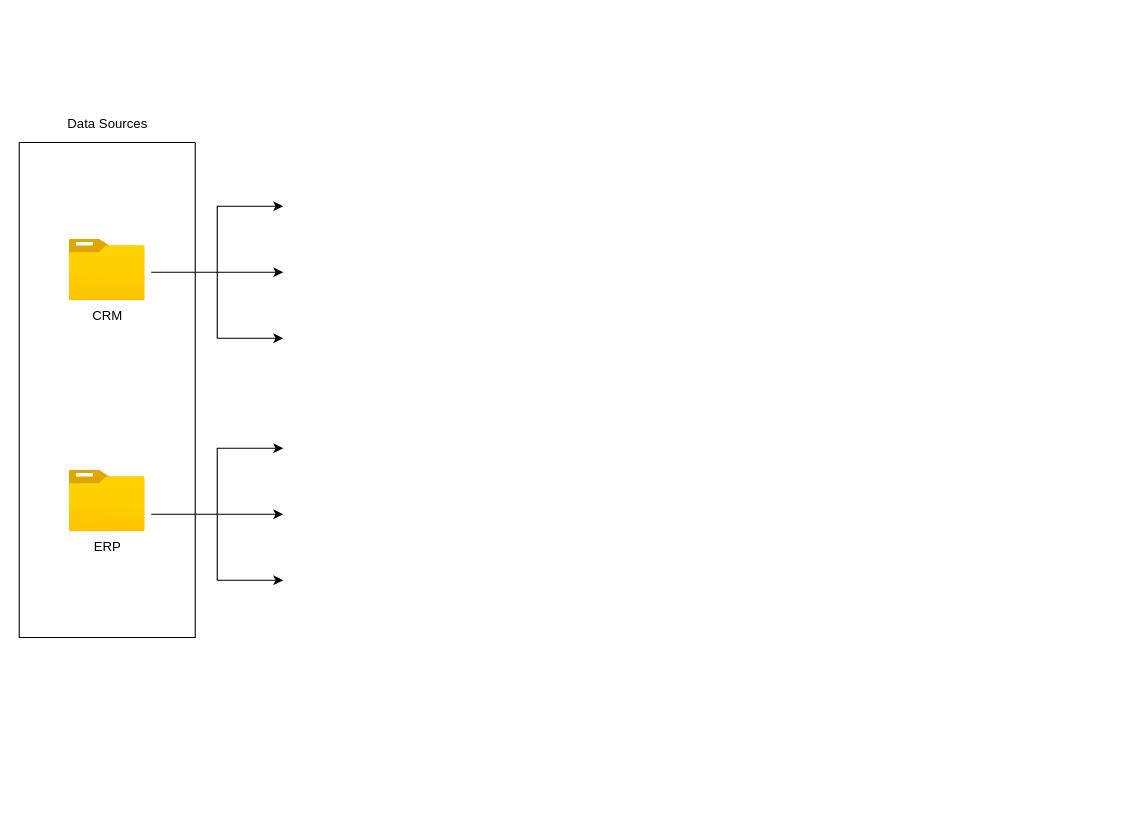
nicholas-133/sql-data-warehouse-project keeps this draw.io diagram as Untitled Diagram.drawio. Above is the earlier version. Source tidied: cells renumbered, new cells numbered last; positions are measured from the earlier drawing's top-left corner, leaving out a move shared by most shapes. Both pictures are drawn from the tidied source at 110%, with x=0, y=0 at pixel (19, 107).
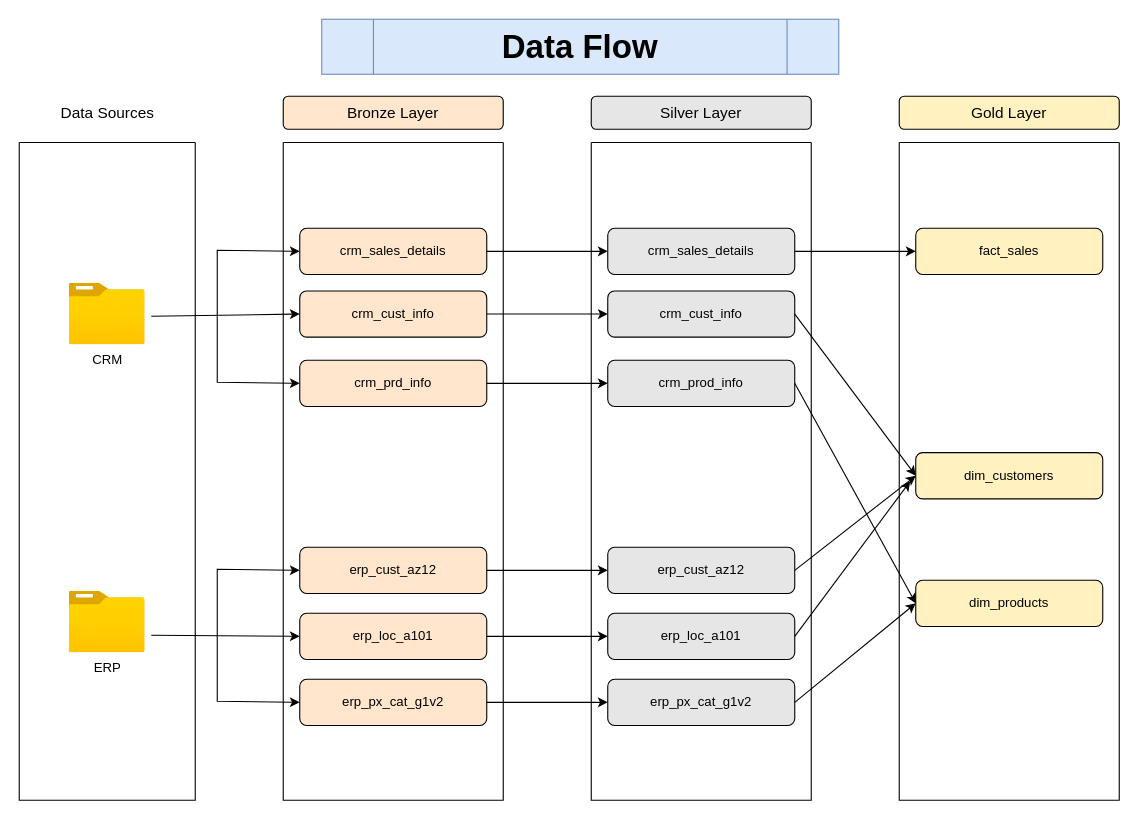
The same page after the edit.

Commit message (it also covers changes not shown here):
data_flow_diagram

Diff of the diagram source:
```diff
@@
     <mxCell id="2" style="swimlane;startSize=0;" parent="1" vertex="1">
-      <mxGeometry y="32" width="160" height="450" as="geometry" />
+      <mxGeometry y="32" width="160" height="598" as="geometry" />
     </mxCell>
     <mxCell id="3" value="ERP" style="image;html=1;align=center;fontSize=12;image=img/lib/azure2/general/Folder_Blank.svg;" parent="2" vertex="1">
-      <mxGeometry x="45.5" y="298" width="69" height="56" as="geometry" />
+      <mxGeometry x="45.5" y="408" width="69" height="56" as="geometry" />
     </mxCell>
-    <mxCell id="4" value="CRM" style="image;html=1;align=center;fontSize=12;image=img/lib/azure2/general/Folder_Blank.svg;" parent="2" vertex="1">
-      <mxGeometry x="45.5" y="88" width="69" height="56" as="geometry" />
-    </mxCell>
-    <mxCell id="5" value="&lt;div&gt;Data Sources&lt;/div&gt;" style="text;html=1;align=center;verticalAlign=middle;strokeColor=none;fillColor=none;" parent="1" vertex="1">
-      <mxGeometry x="30" width="100" height="30" as="geometry" />
-    </mxCell>
-    <mxCell id="6" style="endArrow=classic;html=1;rounded=0;" parent="1" edge="1">
-      <mxGeometry relative="1" as="geometry">
-        <mxPoint x="120" y="150" as="sourcePoint" />
-        <mxPoint x="240" y="150" as="targetPoint" />
-      </mxGeometry>
-    </mxCell>
-    <mxCell id="7" style="endArrow=classic;html=1;rounded=0;" parent="1" edge="1">
+    <mxCell id="7" style="endArrow=classic;html=1;rounded=0;entryX=0;entryY=0.5;entryDx=0;entryDy=0;" parent="2" edge="1" target="27">
       <mxGeometry relative="1" as="geometry">
-        <mxPoint x="120" y="370" as="sourcePoint" />
-        <mxPoint x="240" y="370" as="targetPoint" />
+        <mxPoint x="120" y="448" as="sourcePoint" />
       </mxGeometry>
     </mxCell>
-    <mxCell id="8" style="endArrow=classic;html=1;rounded=0;" parent="1" edge="1">
-      <mxGeometry relative="1" as="geometry">
-        <mxPoint x="180" y="150" as="sourcePoint" />
-        <mxPoint x="240" y="90" as="targetPoint" />
-        <Array as="points">
-          <mxPoint x="180" y="90" />
-        </Array>
-      </mxGeometry>
-    </mxCell>
-    <mxCell id="9" style="endArrow=classic;html=1;rounded=0;" parent="1" edge="1">
+    <mxCell id="9" style="endArrow=classic;html=1;rounded=0;entryX=0;entryY=0.5;entryDx=0;entryDy=0;" parent="2" edge="1" target="26">
       <mxGeometry relative="1" as="geometry">
-        <mxPoint x="180" y="370" as="sourcePoint" />
-        <mxPoint x="240" y="310" as="targetPoint" />
+        <mxPoint x="180" y="448" as="sourcePoint" />
         <Array as="points">
-          <mxPoint x="180" y="310" />
+          <mxPoint x="180" y="388" />
         </Array>
       </mxGeometry>
     </mxCell>
-    <mxCell id="10" style="endArrow=classic;html=1;rounded=0;" parent="1" edge="1">
+    <mxCell id="10" style="endArrow=classic;html=1;rounded=0;entryX=0;entryY=0.5;entryDx=0;entryDy=0;" parent="2" edge="1" target="28">
       <mxGeometry relative="1" as="geometry">
-        <mxPoint x="180" y="370" as="sourcePoint" />
-        <mxPoint x="240" y="430" as="targetPoint" />
+        <mxPoint x="180" y="448" as="sourcePoint" />
         <Array as="points">
-          <mxPoint x="180" y="430" />
+          <mxPoint x="180" y="508" />
         </Array>
       </mxGeometry>
     </mxCell>
+    <mxCell id="4" value="CRM" style="image;html=1;align=center;fontSize=12;image=img/lib/azure2/general/Folder_Blank.svg;" parent="2" vertex="1">
+      <mxGeometry x="45.5" y="128" width="69" height="56" as="geometry" />
+    </mxCell>
+    <mxCell id="6" style="endArrow=classic;html=1;rounded=0;entryX=0;entryY=0.5;entryDx=0;entryDy=0;" parent="2" edge="1" target="24">
+      <mxGeometry relative="1" as="geometry">
+        <mxPoint x="120" y="158" as="sourcePoint" />
+      </mxGeometry>
+    </mxCell>
+    <mxCell id="8" style="endArrow=classic;html=1;rounded=0;entryX=0;entryY=0.5;entryDx=0;entryDy=0;" parent="2" edge="1" target="23">
+      <mxGeometry relative="1" as="geometry">
+        <mxPoint x="180" y="158" as="sourcePoint" />
+        <Array as="points">
+          <mxPoint x="180" y="98" />
+        </Array>
+      </mxGeometry>
+    </mxCell>
-    <mxCell id="11" style="endArrow=classic;html=1;rounded=0;" parent="1" edge="1">
+    <mxCell id="11" style="endArrow=classic;html=1;rounded=0;entryX=0;entryY=0.5;entryDx=0;entryDy=0;" parent="2" edge="1" target="25">
       <mxGeometry relative="1" as="geometry">
-        <mxPoint x="180" y="150" as="sourcePoint" />
-        <mxPoint x="240" y="210" as="targetPoint" />
+        <mxPoint x="180" y="158" as="sourcePoint" />
         <Array as="points">
-          <mxPoint x="180" y="210" />
+          <mxPoint x="180" y="218" />
         </Array>
       </mxGeometry>
     </mxCell>
+    <mxCell id="5" value="&lt;div&gt;&lt;font style=&quot;font-size: 14px;&quot;&gt;Data Sources&lt;/font&gt;&lt;/div&gt;" style="text;html=1;align=center;verticalAlign=middle;strokeColor=none;fillColor=none;" parent="1" vertex="1">
+      <mxGeometry x="25" y="-10" width="110" height="30" as="geometry" />
+    </mxCell>
+    <mxCell id="12" value="&lt;font style=&quot;font-size: 14px;&quot;&gt;Bronze Layer&lt;/font&gt;" style="rounded=1;whiteSpace=wrap;html=1;fillColor=#FFE6CC;" parent="1" vertex="1">
+      <mxGeometry x="240" y="-10" width="200" height="30" as="geometry" />
+    </mxCell>
+    <mxCell id="13" value="&lt;font style=&quot;font-size: 14px;&quot;&gt;Silver Layer&lt;/font&gt;" style="rounded=1;whiteSpace=wrap;html=1;fillColor=#E6E6E6;" parent="1" vertex="1">
+      <mxGeometry x="520" y="-10" width="200" height="30" as="geometry" />
+    </mxCell>
+    <mxCell id="14" value="&lt;font style=&quot;font-size: 14px;&quot;&gt;Gold Layer&lt;/font&gt;" style="rounded=1;whiteSpace=wrap;html=1;fillColor=#FFF2C0;" parent="1" vertex="1">
+      <mxGeometry x="800" y="-10" width="200" height="30" as="geometry" />
+    </mxCell>
+    <mxCell id="15" style="swimlane;startSize=0;" parent="1" vertex="1">
+      <mxGeometry x="520" y="32" width="200" height="598" as="geometry" />
+    </mxCell>
+    <mxCell id="16" value="crm_sales_details" style="rounded=1;whiteSpace=wrap;html=1;fillColor=#E6E6E6;" parent="15" vertex="1">
+      <mxGeometry x="15" y="78" width="170" height="42" as="geometry" />
+    </mxCell>
+    <mxCell id="17" value="crm_cust_info" style="rounded=1;whiteSpace=wrap;html=1;fillColor=#E6E6E6;" parent="15" vertex="1">
+      <mxGeometry x="15" y="135" width="170" height="42" as="geometry" />
+    </mxCell>
+    <mxCell id="18" value="crm_prod_info" style="rounded=1;whiteSpace=wrap;html=1;fillColor=#E6E6E6;" parent="15" vertex="1">
+      <mxGeometry x="15" y="198" width="170" height="42" as="geometry" />
+    </mxCell>
+    <mxCell id="19" value="erp_cust_az12" style="rounded=1;whiteSpace=wrap;html=1;fillColor=#E6E6E6;" parent="15" vertex="1">
+      <mxGeometry x="15" y="368" width="170" height="42" as="geometry" />
+    </mxCell>
+    <mxCell id="20" value="erp_loc_a101" style="rounded=1;whiteSpace=wrap;html=1;fillColor=#E6E6E6;" parent="15" vertex="1">
+      <mxGeometry x="15" y="428" width="170" height="42" as="geometry" />
+    </mxCell>
+    <mxCell id="21" value="erp_px_cat_g1v2" style="rounded=1;whiteSpace=wrap;html=1;fillColor=#E6E6E6;" parent="15" vertex="1">
+      <mxGeometry x="15" y="488" width="170" height="42" as="geometry" />
+    </mxCell>
+    <mxCell id="22" style="swimlane;startSize=0;" parent="1" vertex="1">
+      <mxGeometry x="240" y="32" width="200" height="598" as="geometry" />
+    </mxCell>
+    <mxCell id="23" value="crm_sales_details" style="rounded=1;whiteSpace=wrap;html=1;fillColor=#FFE6CC;" parent="22" vertex="1">
+      <mxGeometry x="15" y="78" width="170" height="42" as="geometry" />
+    </mxCell>
+    <mxCell id="24" value="crm_cust_info" style="rounded=1;whiteSpace=wrap;html=1;fillColor=#FFE6CC;" parent="22" vertex="1">
+      <mxGeometry x="15" y="135" width="170" height="42" as="geometry" />
+    </mxCell>
+    <mxCell id="25" value="crm_prd_info" style="rounded=1;whiteSpace=wrap;html=1;fillColor=#FFE6CC;" parent="22" vertex="1">
+      <mxGeometry x="15" y="198" width="170" height="42" as="geometry" />
+    </mxCell>
+    <mxCell id="26" value="erp_cust_az12" style="rounded=1;whiteSpace=wrap;html=1;fillColor=#FFE6CC;" parent="22" vertex="1">
+      <mxGeometry x="15" y="368" width="170" height="42" as="geometry" />
+    </mxCell>
+    <mxCell id="27" value="erp_loc_a101" style="rounded=1;whiteSpace=wrap;html=1;fillColor=#FFE6CC;" parent="22" vertex="1">
+      <mxGeometry x="15" y="428" width="170" height="42" as="geometry" />
+    </mxCell>
+    <mxCell id="28" value="erp_px_cat_g1v2" style="rounded=1;whiteSpace=wrap;html=1;fillColor=#FFE6CC;" parent="22" vertex="1">
+      <mxGeometry x="15" y="488" width="170" height="42" as="geometry" />
+    </mxCell>
+    <mxCell id="29" style="swimlane;startSize=0;" parent="1" vertex="1">
+      <mxGeometry x="800" y="32" width="200" height="598" as="geometry" />
+    </mxCell>
+    <mxCell id="30" value="fact_sales" style="rounded=1;whiteSpace=wrap;html=1;fillColor=#FFF2C0;" parent="29" vertex="1">
+      <mxGeometry x="15" y="78" width="170" height="42" as="geometry" />
+    </mxCell>
+    <mxCell id="31" value="dim_customers" style="rounded=1;whiteSpace=wrap;html=1;fillColor=#FFF2C0;" parent="29" vertex="1">
+      <mxGeometry x="15" y="282" width="170" height="42" as="geometry" />
+    </mxCell>
+    <mxCell id="32" value="dim_products" style="rounded=1;whiteSpace=wrap;html=1;fillColor=#FFF2C0;" parent="29" vertex="1">
+      <mxGeometry x="15" y="398" width="170" height="42" as="geometry" />
+    </mxCell>
+    <mxCell id="33" style="endArrow=classic;html=1;rounded=0;entryX=0;entryY=0.5;entryDx=0;entryDy=0;exitX=1;exitY=0.5;exitDx=0;exitDy=0;" parent="1" edge="1" source="24" target="17">
+      <mxGeometry relative="1" as="geometry" />
+    </mxCell>
+    <mxCell id="34" style="endArrow=classic;html=1;rounded=0;exitX=1;exitY=0.5;exitDx=0;exitDy=0;entryX=0;entryY=0.5;entryDx=0;entryDy=0;" parent="1" edge="1" source="23" target="16">
+      <mxGeometry relative="1" as="geometry" />
+    </mxCell>
+    <mxCell id="35" style="endArrow=classic;html=1;rounded=0;exitX=1;exitY=0.5;exitDx=0;exitDy=0;entryX=0;entryY=0.5;entryDx=0;entryDy=0;" parent="1" edge="1" source="25" target="18">
+      <mxGeometry relative="1" as="geometry" />
+    </mxCell>
+    <mxCell id="36" style="endArrow=classic;html=1;rounded=0;exitX=1;exitY=0.5;exitDx=0;exitDy=0;entryX=0;entryY=0.5;entryDx=0;entryDy=0;" parent="1" edge="1" source="26" target="19">
+      <mxGeometry relative="1" as="geometry" />
+    </mxCell>
+    <mxCell id="37" style="endArrow=classic;html=1;rounded=0;exitX=1;exitY=0.5;exitDx=0;exitDy=0;entryX=0;entryY=0.5;entryDx=0;entryDy=0;" parent="1" edge="1" source="27" target="20">
+      <mxGeometry relative="1" as="geometry" />
+    </mxCell>
+    <mxCell id="38" style="endArrow=classic;html=1;rounded=0;exitX=1;exitY=0.5;exitDx=0;exitDy=0;entryX=0;entryY=0.5;entryDx=0;entryDy=0;" parent="1" edge="1" source="28" target="21">
+      <mxGeometry relative="1" as="geometry" />
+    </mxCell>
+    <mxCell id="39" style="endArrow=classic;html=1;rounded=0;exitX=1;exitY=0.5;exitDx=0;exitDy=0;entryX=0;entryY=0.5;entryDx=0;entryDy=0;" parent="1" edge="1" source="16" target="30">
+      <mxGeometry relative="1" as="geometry" />
+    </mxCell>
+    <mxCell id="40" style="endArrow=classic;html=1;rounded=0;entryX=0;entryY=0.5;entryDx=0;entryDy=0;exitX=1;exitY=0.5;exitDx=0;exitDy=0;" parent="1" edge="1" source="17" target="31">
+      <mxGeometry relative="1" as="geometry" />
+    </mxCell>
+    <mxCell id="41" style="endArrow=classic;html=1;rounded=0;entryX=0;entryY=0.5;entryDx=0;entryDy=0;exitX=1;exitY=0.5;exitDx=0;exitDy=0;" parent="1" edge="1" source="18" target="32">
+      <mxGeometry relative="1" as="geometry" />
+    </mxCell>
+    <mxCell id="42" style="endArrow=classic;html=1;rounded=0;entryX=0;entryY=0.5;entryDx=0;entryDy=0;exitX=1;exitY=0.5;exitDx=0;exitDy=0;" parent="1" edge="1" source="19" target="31">
+      <mxGeometry relative="1" as="geometry" />
+    </mxCell>
+    <mxCell id="43" style="endArrow=classic;html=1;rounded=0;exitX=1;exitY=0.5;exitDx=0;exitDy=0;" parent="1" edge="1" source="20">
+      <mxGeometry relative="1" as="geometry">
+        <mxPoint x="810" y="340" as="targetPoint" />
+      </mxGeometry>
+    </mxCell>
+    <mxCell id="44" style="endArrow=classic;html=1;rounded=0;entryX=0;entryY=0.5;entryDx=0;entryDy=0;exitX=1;exitY=0.5;exitDx=0;exitDy=0;" parent="1" edge="1" source="21" target="32">
+      <mxGeometry relative="1" as="geometry" />
+    </mxCell>
+    <mxCell id="45" value="&lt;b&gt;&lt;font style=&quot;font-size: 30px;&quot;&gt;Data Flow&lt;/font&gt;&lt;/b&gt;" style="shape=process;whiteSpace=wrap;html=1;backgroundOutline=1;fillColor=#dae8fc;strokeColor=#6c8ebf;" parent="1" vertex="1">
+      <mxGeometry x="275" y="-80" width="470" height="50" as="geometry" />
+    </mxCell>
```
